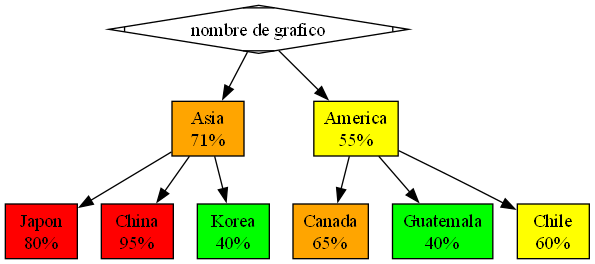
Above: grafica.png in DavidVelasquez77/-LFP-2S24Proyectos_202307705 (Graphviz), before the change. Its source is kept beside it as grafica.dot.
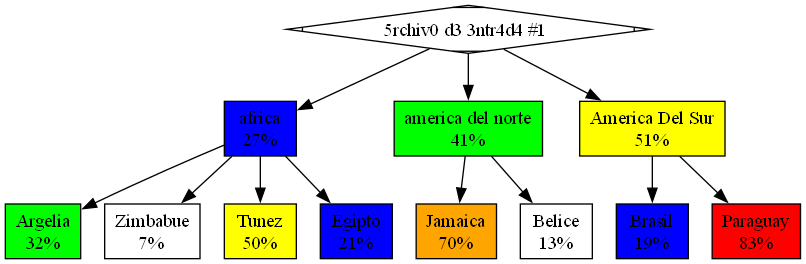
After the commit.

Change to the diagram source:
```diff
@@ -1,41 +1,25 @@
 digraph G {
 "5rchiv0 d3 3ntr4d4 #1 "[shape=Mdiamond];
- "5rchiv0 d3 3ntr4d4 #1 " -> "Europa";
-    "Belgica"[style=filled, shape=box, label="Belgica\n23%", fillcolor=blue];
-    "Europa" -> "Belgica";
-    "Dinamarca"[style=filled, shape=box, label="Dinamarca\n75%", fillcolor=orange];
-    "Europa" -> "Dinamarca";
-    "Alemania"[style=filled, shape=box, label="Alemania\n93%", fillcolor=red];
-    "Europa" -> "Alemania";
-    "Bulgaria"[style=filled, shape=box, label="Bulgaria\n17%", fillcolor=blue];
-    "Europa" -> "Bulgaria";
-    "Bosnia y Herzegovina"[style=filled, shape=box, label="Bosnia y Herzegovina\n47%", fillcolor=yellow];
-    "Europa" -> "Bosnia y Herzegovina";
-    "Austria"[style=filled, shape=box, label="Austria\n2%", fillcolor=white];
-    "Europa" -> "Austria";
-    "Europa"[style=filled, shape=box, label="Europa\n42%", fillcolor=green];
- "5rchiv0 d3 3ntr4d4 #1 " -> "Asia";
-    "Armenia"[style=filled, shape=box, label="Armenia\n15%", fillcolor=white];
-    "Asia" -> "Armenia";
-    "China"[style=filled, shape=box, label="China\n28%", fillcolor=blue];
-    "Asia" -> "China";
-    "Camboya"[style=filled, shape=box, label="Camboya\n2%", fillcolor=white];
-    "Asia" -> "Camboya";
-    "Corea del Sur"[style=filled, shape=box, label="Corea del Sur\n76%", fillcolor=red];
-    "Asia" -> "Corea del Sur";
-    "Chipre"[style=filled, shape=box, label="Chipre\n56%", fillcolor=yellow];
-    "Asia" -> "Chipre";
-    "Asia"[style=filled, shape=box, label="Asia\n35%", fillcolor=green];
- "5rchiv0 d3 3ntr4d4 #1 " -> "Oceania";
-    "Islas Salomon"[style=filled, shape=box, label="Islas Salomon\n89%", fillcolor=red];
-    "Oceania" -> "Islas Salomon";
-    "Indonesia"[style=filled, shape=box, label="Indonesia\n50%", fillcolor=yellow];
-    "Oceania" -> "Indonesia";
-    "Islas Marshall"[style=filled, shape=box, label="Islas Marshall\n33%", fillcolor=green];
-    "Oceania" -> "Islas Marshall";
-    "Nauru"[style=filled, shape=box, label="Nauru\n66%", fillcolor=orange];
-    "Oceania" -> "Nauru";
-    "Kiribati"[style=filled, shape=box, label="Kiribati\n25%", fillcolor=blue];
-    "Oceania" -> "Kiribati";
-    "Oceania"[style=filled, shape=box, label="Oceania\n52%", fillcolor=yellow];
+ "5rchiv0 d3 3ntr4d4 #1 " -> "africa";
+    "Argelia"[style=filled, shape=box, label="Argelia\n32%", fillcolor=green];
+    "africa" -> "Argelia";
+    "Zimbabue"[style=filled, shape=box, label="Zimbabue\n7%", fillcolor=white];
+    "africa" -> "Zimbabue";
+    "Tunez"[style=filled, shape=box, label="Tunez\n50%", fillcolor=yellow];
+    "africa" -> "Tunez";
+    "Egipto"[style=filled, shape=box, label="Egipto\n21%", fillcolor=blue];
+    "africa" -> "Egipto";
+    "africa"[style=filled, shape=box, label="africa\n27%", fillcolor=blue];
+ "5rchiv0 d3 3ntr4d4 #1 " -> "america del norte";
+    "Jamaica"[style=filled, shape=box, label="Jamaica\n70%", fillcolor=orange];
+    "america del norte" -> "Jamaica";
+    "Belice"[style=filled, shape=box, label="Belice\n13%", fillcolor=white];
+    "america del norte" -> "Belice";
+    "america del norte"[style=filled, shape=box, label="america del norte\n41%", fillcolor=green];
+ "5rchiv0 d3 3ntr4d4 #1 " -> "America Del Sur";
+    "Brasil"[style=filled, shape=box, label="Brasil\n19%", fillcolor=blue];
+    "America Del Sur" -> "Brasil";
+    "Paraguay"[style=filled, shape=box, label="Paraguay\n83%", fillcolor=red];
+    "America Del Sur" -> "Paraguay";
+    "America Del Sur"[style=filled, shape=box, label="America Del Sur\n51%", fillcolor=yellow];
 }
```
